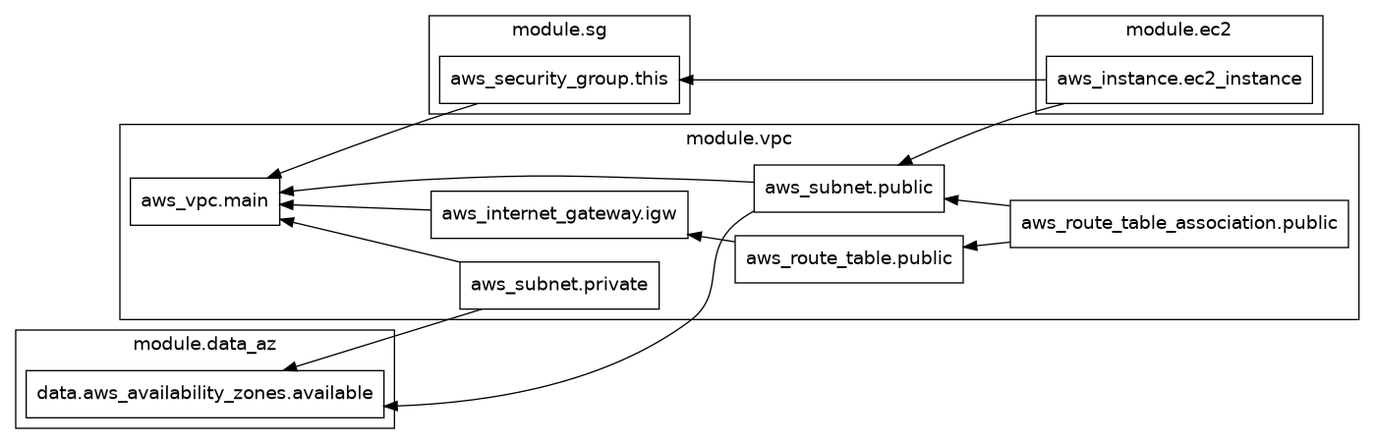
Above: graph.png in umarbkh/terraform-cicd (Graphviz), before the change. Its source is kept beside it as graph.dot. Its diagram source:
```dot
digraph G {
  rankdir = "RL";
  node [shape = rect, fontname = "sans-serif"];
  subgraph "cluster_module.data_az" {
    label = "module.data_az"
    fontname = "sans-serif"
    "module.data_az.data.aws_availability_zones.available" [label="data.aws_availability_zones.available"];
  }
  subgraph "cluster_module.ec2" {
    label = "module.ec2"
    fontname = "sans-serif"
    "module.ec2.aws_instance.ec2_instance" [label="aws_instance.ec2_instance"];
  }
  subgraph "cluster_module.sg" {
    label = "module.sg"
    fontname = "sans-serif"
    "module.sg.aws_security_group.this" [label="aws_security_group.this"];
  }
  subgraph "cluster_module.vpc" {
    label = "module.vpc"
    fontname = "sans-serif"
    "module.vpc.aws_internet_gateway.igw" [label="aws_internet_gateway.igw"];
    "module.vpc.aws_route_table.public" [label="aws_route_table.public"];
    "module.vpc.aws_route_table_association.public" [label="aws_route_table_association.public"];
    "module.vpc.aws_subnet.private" [label="aws_subnet.private"];
    "module.vpc.aws_subnet.public" [label="aws_subnet.public"];
    "module.vpc.aws_vpc.main" [label="aws_vpc.main"];
  }
  "module.ec2.aws_instance.ec2_instance" -> "module.sg.aws_security_group.this";
  "module.ec2.aws_instance.ec2_instance" -> "module.vpc.aws_subnet.public";
  "module.sg.aws_security_group.this" -> "module.vpc.aws_vpc.main";
  "module.vpc.aws_internet_gateway.igw" -> "module.vpc.aws_vpc.main";
  "module.vpc.aws_route_table.public" -> "module.vpc.aws_internet_gateway.igw";
  "module.vpc.aws_route_table_association.public" -> "module.vpc.aws_route_table.public";
  "module.vpc.aws_route_table_association.public" -> "module.vpc.aws_subnet.public";
  "module.vpc.aws_subnet.private" -> "module.data_az.data.aws_availability_zones.available";
  "module.vpc.aws_subnet.private" -> "module.vpc.aws_vpc.main";
  "module.vpc.aws_subnet.public" -> "module.data_az.data.aws_availability_zones.available";
  "module.vpc.aws_subnet.public" -> "module.vpc.aws_vpc.main";
}
```
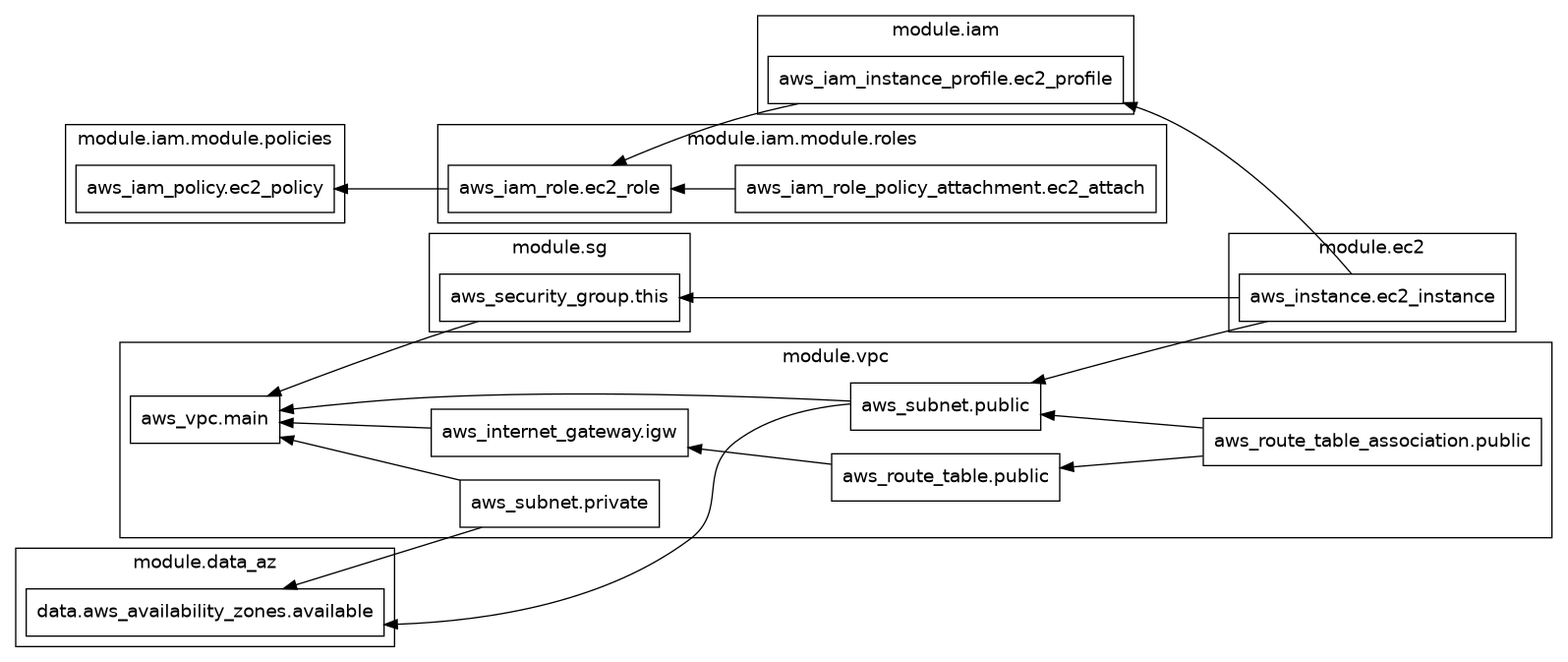
After the change.

Change to the diagram source:
```diff
@@ -10,6 +10,22 @@
     label = "module.ec2"
     fontname = "sans-serif"
     "module.ec2.aws_instance.ec2_instance" [label="aws_instance.ec2_instance"];
+  }
+  subgraph "cluster_module.iam" {
+    label = "module.iam"
+    fontname = "sans-serif"
+    "module.iam.aws_iam_instance_profile.ec2_profile" [label="aws_iam_instance_profile.ec2_profile"];
+  }
+  subgraph "cluster_module.iam.module.policies" {
+    label = "module.iam.module.policies"
+    fontname = "sans-serif"
+    "module.iam.module.policies.aws_iam_policy.ec2_policy" [label="aws_iam_policy.ec2_policy"];
+  }
+  subgraph "cluster_module.iam.module.roles" {
+    label = "module.iam.module.roles"
+    fontname = "sans-serif"
+    "module.iam.module.roles.aws_iam_role.ec2_role" [label="aws_iam_role.ec2_role"];
+    "module.iam.module.roles.aws_iam_role_policy_attachment.ec2_attach" [label="aws_iam_role_policy_attachment.ec2_attach"];
   }
   subgraph "cluster_module.sg" {
     label = "module.sg"
@@ -26,8 +42,12 @@
     "module.vpc.aws_subnet.public" [label="aws_subnet.public"];
     "module.vpc.aws_vpc.main" [label="aws_vpc.main"];
   }
+  "module.ec2.aws_instance.ec2_instance" -> "module.iam.aws_iam_instance_profile.ec2_profile";
   "module.ec2.aws_instance.ec2_instance" -> "module.sg.aws_security_group.this";
   "module.ec2.aws_instance.ec2_instance" -> "module.vpc.aws_subnet.public";
+  "module.iam.aws_iam_instance_profile.ec2_profile" -> "module.iam.module.roles.aws_iam_role.ec2_role";
+  "module.iam.module.roles.aws_iam_role.ec2_role" -> "module.iam.module.policies.aws_iam_policy.ec2_policy";
+  "module.iam.module.roles.aws_iam_role_policy_attachment.ec2_attach" -> "module.iam.module.roles.aws_iam_role.ec2_role";
   "module.sg.aws_security_group.this" -> "module.vpc.aws_vpc.main";
   "module.vpc.aws_internet_gateway.igw" -> "module.vpc.aws_vpc.main";
   "module.vpc.aws_route_table.public" -> "module.vpc.aws_internet_gateway.igw";
```
